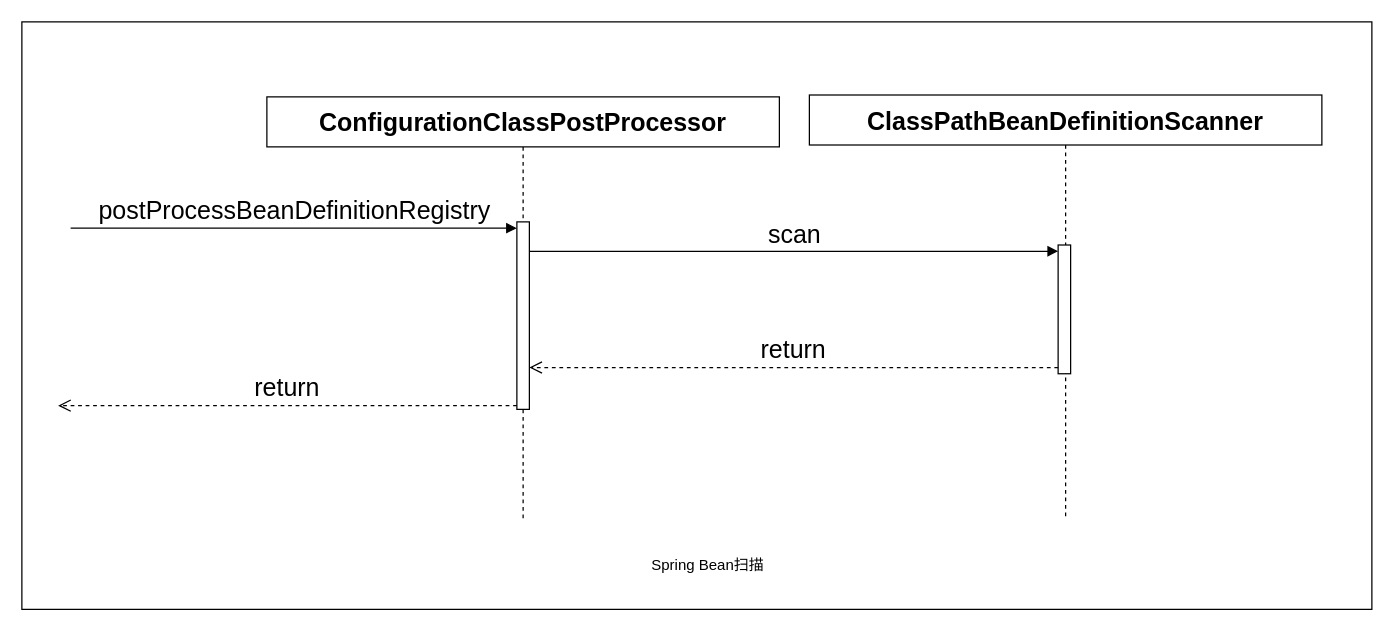
The draw.io diagram dubbo-learning-doc/drawio/4_0_0_Spring注册Bean定义_Spring扫描Bean定义.drawio in czwer/dubbo-learning, before the edit. Source tidied: cells renumbered, new cells numbered last; positions are measured from the earlier drawing's top-left corner, leaving out a move shared by most shapes. Both pictures are drawn from the tidied source at 125%, with x=0, y=0 at pixel (21, 21).
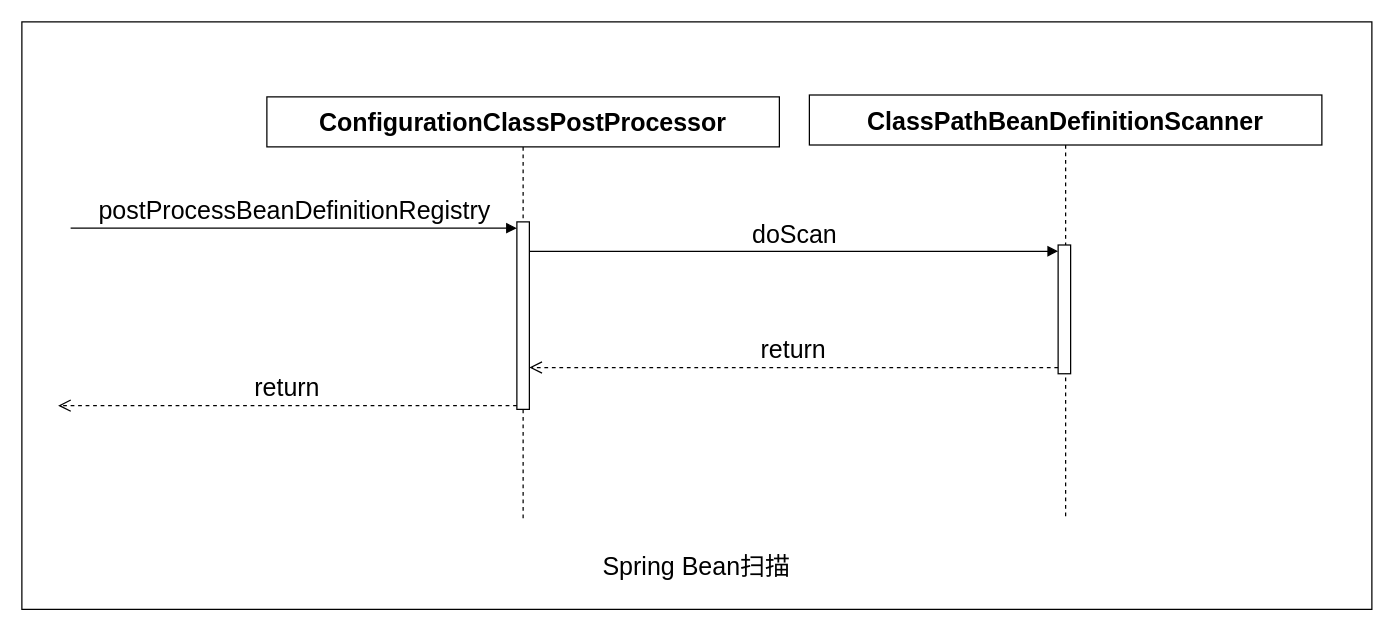
The same page after the edit.

What changed in the source:
```diff
@@
 <mxGraphModel>
   <root>
     <mxCell id="0" />
     <mxCell id="1" parent="0" />
     <mxCell id="2" style="rounded=0;whiteSpace=wrap;html=1;" parent="1" vertex="1">
       <mxGeometry width="1080" height="470" as="geometry" />
     </mxCell>
     <mxCell id="3" value="&lt;b&gt;ConfigurationClassPostProcessor&lt;/b&gt;" style="shape=umlLifeline;perimeter=lifelinePerimeter;whiteSpace=wrap;html=1;newEdgeStyle={&quot;curved&quot;:0,&quot;rounded&quot;:0};fontSize=20;" parent="1" vertex="1">
       <mxGeometry x="196" y="60" width="410" height="340" as="geometry" />
     </mxCell>
     <mxCell id="4" style="html=1;points=[[0,0,0,0,5],[0,1,0,0,-5],[1,0,0,0,5],[1,1,0,0,-5]];perimeter=orthogonalPerimeter;outlineConnect=0;targetShapes=umlLifeline;portConstraint=eastwest;newEdgeStyle={&quot;curved&quot;:0,&quot;rounded&quot;:0};fontSize=20;" parent="1" vertex="1">
       <mxGeometry x="396" y="160" width="10" height="150" as="geometry" />
     </mxCell>
     <mxCell id="5" value="postProcessBeanDefinitionRegistry" style="html=1;verticalAlign=bottom;endArrow=block;curved=0;rounded=0;entryX=0;entryY=0;entryDx=0;entryDy=5;fontSize=20;" parent="1" edge="1" target="4">
       <mxGeometry relative="1" as="geometry">
         <mxPoint x="39" y="165" as="sourcePoint" />
       </mxGeometry>
     </mxCell>
     <mxCell id="6" value="return" style="html=1;verticalAlign=bottom;endArrow=open;dashed=1;endSize=8;curved=0;rounded=0;exitX=0;exitY=1;exitDx=0;exitDy=-5;fontSize=20;" parent="1" edge="1">
       <mxGeometry relative="1" as="geometry">
         <mxPoint x="396" y="307" as="sourcePoint" />
         <mxPoint x="29" y="307" as="targetPoint" />
       </mxGeometry>
     </mxCell>
     <mxCell id="7" value="&lt;b&gt;ClassPathBeanDefinitionScanner&lt;/b&gt;" style="shape=umlLifeline;perimeter=lifelinePerimeter;whiteSpace=wrap;html=1;newEdgeStyle={&quot;curved&quot;:0,&quot;rounded&quot;:0};fontSize=20;" parent="1" vertex="1">
       <mxGeometry x="630" y="58.5" width="410" height="340" as="geometry" />
     </mxCell>
     <mxCell id="8" style="html=1;points=[[0,0,0,0,5],[0,1,0,0,-5],[1,0,0,0,5],[1,1,0,0,-5]];perimeter=orthogonalPerimeter;outlineConnect=0;targetShapes=umlLifeline;portConstraint=eastwest;newEdgeStyle={&quot;curved&quot;:0,&quot;rounded&quot;:0};fontSize=20;" parent="7" vertex="1">
       <mxGeometry x="199" y="120" width="10" height="103" as="geometry" />
     </mxCell>
-    <mxCell id="9" value="scan" style="html=1;verticalAlign=bottom;endArrow=block;curved=0;rounded=0;entryX=0;entryY=0;entryDx=0;entryDy=5;fontSize=20;" parent="1" edge="1" source="4" target="8">
+    <mxCell id="9" value="doScan" style="html=1;verticalAlign=bottom;endArrow=block;curved=0;rounded=0;entryX=0;entryY=0;entryDx=0;entryDy=5;fontSize=20;" parent="1" edge="1" source="4" target="8">
       <mxGeometry relative="1" as="geometry" />
     </mxCell>
     <mxCell id="10" value="return" style="html=1;verticalAlign=bottom;endArrow=open;dashed=1;endSize=8;curved=0;rounded=0;exitX=0;exitY=1;exitDx=0;exitDy=-5;fontSize=20;" parent="1" edge="1" source="8" target="4">
       <mxGeometry relative="1" as="geometry" />
     </mxCell>
-    <mxCell id="11" value="Spring Bean扫描" style="text;html=1;align=center;verticalAlign=middle;whiteSpace=wrap;rounded=0;" parent="1" vertex="1">
-      <mxGeometry x="479" y="420" width="140" height="30" as="geometry" />
+    <mxCell id="11" value="Spring Bean扫描" style="text;html=1;align=center;verticalAlign=middle;whiteSpace=wrap;rounded=0;fontSize=20;" parent="1" vertex="1">
+      <mxGeometry x="415" y="420" width="250" height="30" as="geometry" />
     </mxCell>
   </root>
 </mxGraphModel>
```
